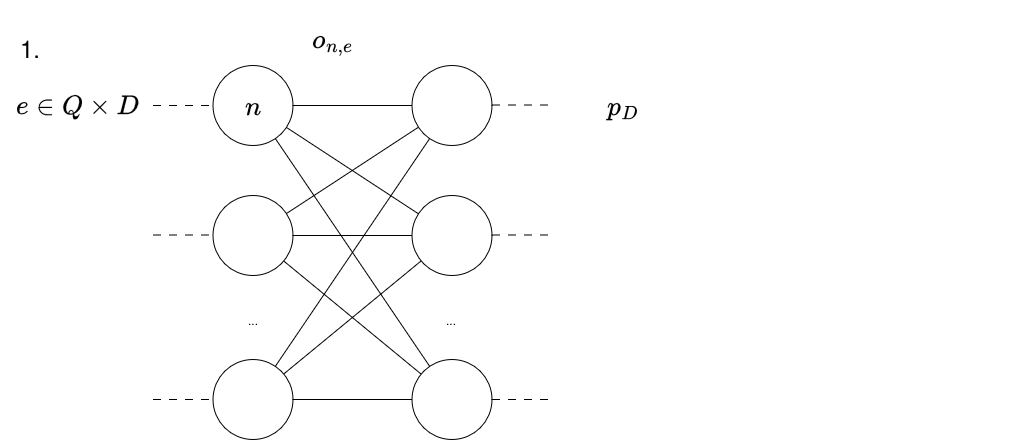
Above: seminaireCA/images/activationpatching/Step1_ActivationPatching.drawio.png in madelvallezpro/RAGRights (draw.io), before the change. Source tidied: cells renumbered, new cells last; positions are measured from the earlier drawing's top-left corner, leaving out a move shared by most shapes. Source of this version:
```xml
<mxGraphModel math="1">
  <root>
    <mxCell id="0" />
    <mxCell id="1" parent="0" />
    <mxCell id="2" style="rounded=0;whiteSpace=wrap;html=1;fillColor=none;strokeColor=none;" parent="1" vertex="1">
      <mxGeometry width="1030" height="435" as="geometry" />
    </mxCell>
    <mxCell id="3" style="ellipse;whiteSpace=wrap;html=1;" parent="1" vertex="1">
      <mxGeometry x="212.5" y="55" width="80" height="80" as="geometry" />
    </mxCell>
    <mxCell id="4" style="ellipse;whiteSpace=wrap;html=1;" parent="1" vertex="1">
      <mxGeometry x="212.5" y="185" width="80" height="80" as="geometry" />
    </mxCell>
    <mxCell id="5" style="ellipse;whiteSpace=wrap;html=1;" parent="1" vertex="1">
      <mxGeometry x="212.5" y="349" width="80" height="80" as="geometry" />
    </mxCell>
    <mxCell id="6" value="..." style="text;html=1;whiteSpace=wrap;strokeColor=none;fillColor=none;align=center;verticalAlign=middle;rounded=0;" parent="1" vertex="1">
      <mxGeometry x="222.5" y="295" width="60" height="30" as="geometry" />
    </mxCell>
    <mxCell id="7" style="ellipse;whiteSpace=wrap;html=1;" parent="1" vertex="1">
      <mxGeometry x="411.5" y="55" width="80" height="80" as="geometry" />
    </mxCell>
    <mxCell id="8" style="ellipse;whiteSpace=wrap;html=1;" parent="1" vertex="1">
      <mxGeometry x="411.5" y="185" width="80" height="80" as="geometry" />
    </mxCell>
    <mxCell id="9" style="ellipse;whiteSpace=wrap;html=1;" parent="1" vertex="1">
      <mxGeometry x="411.5" y="349" width="80" height="80" as="geometry" />
    </mxCell>
    <mxCell id="10" value="..." style="text;html=1;whiteSpace=wrap;strokeColor=none;fillColor=none;align=center;verticalAlign=middle;rounded=0;" parent="1" vertex="1">
      <mxGeometry x="421.5" y="295" width="60" height="30" as="geometry" />
    </mxCell>
    <mxCell id="11" style="endArrow=none;html=1;rounded=0;" parent="1" edge="1" source="3" target="7">
      <mxGeometry relative="1" as="geometry" />
    </mxCell>
    <mxCell id="12" style="endArrow=none;html=1;rounded=0;" parent="1" edge="1" source="8" target="3">
      <mxGeometry relative="1" as="geometry" />
    </mxCell>
    <mxCell id="13" style="endArrow=none;html=1;rounded=0;" parent="1" edge="1" source="9" target="3">
      <mxGeometry relative="1" as="geometry" />
    </mxCell>
    <mxCell id="14" style="endArrow=none;html=1;rounded=0;" parent="1" edge="1" source="7" target="4">
      <mxGeometry relative="1" as="geometry" />
    </mxCell>
    <mxCell id="15" style="endArrow=none;html=1;rounded=0;" parent="1" edge="1" source="4" target="8">
      <mxGeometry relative="1" as="geometry" />
    </mxCell>
    <mxCell id="16" style="endArrow=none;html=1;rounded=0;" parent="1" edge="1" source="4" target="9">
      <mxGeometry relative="1" as="geometry" />
    </mxCell>
    <mxCell id="17" style="endArrow=none;html=1;rounded=0;" parent="1" edge="1" source="5" target="7">
      <mxGeometry relative="1" as="geometry" />
    </mxCell>
    <mxCell id="18" style="endArrow=none;html=1;rounded=0;" parent="1" edge="1" source="5" target="8">
      <mxGeometry relative="1" as="geometry" />
    </mxCell>
    <mxCell id="19" style="endArrow=none;html=1;rounded=0;" parent="1" edge="1" source="5" target="9">
      <mxGeometry relative="1" as="geometry" />
    </mxCell>
    <mxCell id="20" style="endArrow=none;html=1;rounded=0;entryX=0;entryY=0.5;entryDx=0;entryDy=0;dashed=1;dashPattern=8 8;" parent="1" edge="1" target="3">
      <mxGeometry relative="1" as="geometry">
        <mxPoint x="152.5" y="95" as="sourcePoint" />
      </mxGeometry>
    </mxCell>
    <mxCell id="21" style="endArrow=none;html=1;rounded=0;entryX=0;entryY=0.5;entryDx=0;entryDy=0;dashed=1;dashPattern=8 8;" parent="1" edge="1">
      <mxGeometry relative="1" as="geometry">
        <mxPoint x="152.5" y="224.5" as="sourcePoint" />
        <mxPoint x="212.5" y="224.5" as="targetPoint" />
      </mxGeometry>
    </mxCell>
    <mxCell id="22" style="endArrow=none;html=1;rounded=0;entryX=0;entryY=0.5;entryDx=0;entryDy=0;dashed=1;dashPattern=8 8;" parent="1" edge="1">
      <mxGeometry relative="1" as="geometry">
        <mxPoint x="152.5" y="389" as="sourcePoint" />
        <mxPoint x="212.5" y="389" as="targetPoint" />
      </mxGeometry>
    </mxCell>
    <mxCell id="23" style="endArrow=none;html=1;rounded=0;entryX=0;entryY=0.5;entryDx=0;entryDy=0;dashed=1;dashPattern=8 8;" parent="1" edge="1">
      <mxGeometry relative="1" as="geometry">
        <mxPoint x="491.5" y="94.5" as="sourcePoint" />
        <mxPoint x="551.5" y="94.5" as="targetPoint" />
      </mxGeometry>
    </mxCell>
    <mxCell id="24" style="endArrow=none;html=1;rounded=0;entryX=0;entryY=0.5;entryDx=0;entryDy=0;dashed=1;dashPattern=8 8;" parent="1" edge="1">
      <mxGeometry relative="1" as="geometry">
        <mxPoint x="491.5" y="224.5" as="sourcePoint" />
        <mxPoint x="551.5" y="224.5" as="targetPoint" />
      </mxGeometry>
    </mxCell>
    <mxCell id="25" style="endArrow=none;html=1;rounded=0;entryX=0;entryY=0.5;entryDx=0;entryDy=0;dashed=1;dashPattern=8 8;" parent="1" edge="1">
      <mxGeometry relative="1" as="geometry">
        <mxPoint x="491.5" y="389" as="sourcePoint" />
        <mxPoint x="551.5" y="389" as="targetPoint" />
      </mxGeometry>
    </mxCell>
    <mxCell id="26" value="&lt;font style=&quot;font-size: 24px;&quot;&gt;$$e \in Q \times D$$&lt;/font&gt;" style="text;html=1;whiteSpace=wrap;strokeColor=none;fillColor=none;align=center;verticalAlign=middle;rounded=0;" parent="1" vertex="1">
      <mxGeometry x="17" y="80" width="120" height="30" as="geometry" />
    </mxCell>
    <mxCell id="27" value="&lt;div&gt;&lt;font style=&quot;font-size: 24px;&quot;&gt;$$o_{n,e}$$&lt;/font&gt;&lt;/div&gt;" style="text;html=1;whiteSpace=wrap;strokeColor=none;fillColor=none;align=center;verticalAlign=middle;rounded=0;" parent="1" vertex="1">
      <mxGeometry x="302.5" y="15" width="60" height="30" as="geometry" />
    </mxCell>
    <mxCell id="28" value="&lt;font style=&quot;font-size: 24px;&quot;&gt;$$p_D$$&lt;/font&gt;" style="text;html=1;whiteSpace=wrap;strokeColor=none;fillColor=none;align=center;verticalAlign=middle;rounded=0;" parent="1" vertex="1">
      <mxGeometry x="592.5" y="80" width="60" height="30" as="geometry" />
    </mxCell>
    <mxCell id="29" value="&lt;font style=&quot;font-size: 24px;&quot;&gt;$$n$$&lt;/font&gt;" style="text;html=1;whiteSpace=wrap;strokeColor=none;fillColor=none;align=center;verticalAlign=middle;rounded=0;" parent="1" vertex="1">
      <mxGeometry x="222.5" y="80" width="60" height="30" as="geometry" />
    </mxCell>
    <mxCell id="30" value="&lt;font style=&quot;font-size: 24px;&quot;&gt;1.&lt;/font&gt;" style="text;html=1;whiteSpace=wrap;strokeColor=none;fillColor=none;align=center;verticalAlign=middle;rounded=0;" parent="1" vertex="1">
      <mxGeometry y="23" width="60" height="30" as="geometry" />
    </mxCell>
  </root>
</mxGraphModel>
```
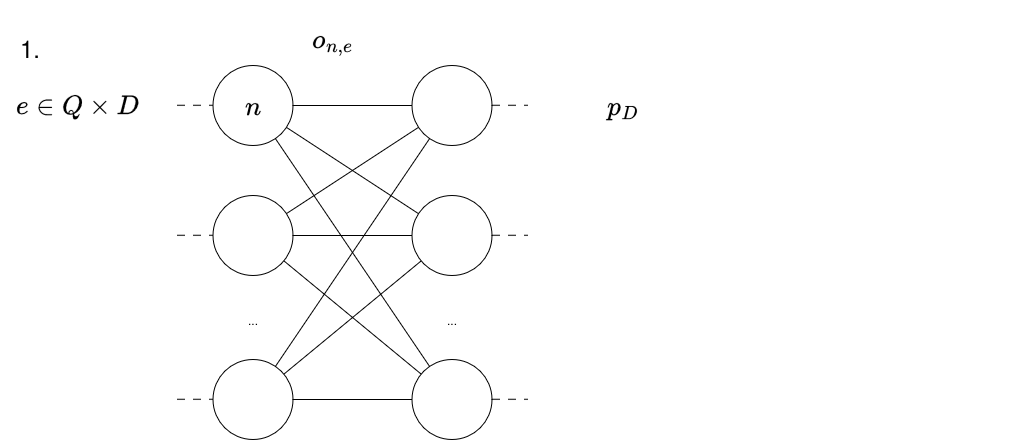
The same file after the commit.

What changed in the source:
```diff
@@ -56,55 +56,56 @@
     <mxCell id="19" style="endArrow=none;html=1;rounded=0;" parent="1" edge="1" source="5" target="9">
       <mxGeometry relative="1" as="geometry" />
     </mxCell>
-    <mxCell id="20" style="endArrow=none;html=1;rounded=0;entryX=0;entryY=0.5;entryDx=0;entryDy=0;dashed=1;dashPattern=8 8;" parent="1" edge="1" target="3">
-      <mxGeometry relative="1" as="geometry">
-        <mxPoint x="152.5" y="95" as="sourcePoint" />
-      </mxGeometry>
+    <mxCell id="20" value="&lt;font style=&quot;font-size: 24px;&quot;&gt;$$e \in Q \times D$$&lt;/font&gt;" style="text;html=1;whiteSpace=wrap;strokeColor=none;fillColor=none;align=center;verticalAlign=middle;rounded=0;" parent="1" vertex="1">
+      <mxGeometry x="17" y="80" width="120" height="30" as="geometry" />
     </mxCell>
-    <mxCell id="21" style="endArrow=none;html=1;rounded=0;entryX=0;entryY=0.5;entryDx=0;entryDy=0;dashed=1;dashPattern=8 8;" parent="1" edge="1">
-      <mxGeometry relative="1" as="geometry">
-        <mxPoint x="152.5" y="224.5" as="sourcePoint" />
-        <mxPoint x="212.5" y="224.5" as="targetPoint" />
-      </mxGeometry>
+    <mxCell id="21" value="&lt;div&gt;&lt;font style=&quot;font-size: 24px;&quot;&gt;$$o_{n,e}$$&lt;/font&gt;&lt;/div&gt;" style="text;html=1;whiteSpace=wrap;strokeColor=none;fillColor=none;align=center;verticalAlign=middle;rounded=0;" parent="1" vertex="1">
+      <mxGeometry x="302.5" y="15" width="60" height="30" as="geometry" />
     </mxCell>
-    <mxCell id="22" style="endArrow=none;html=1;rounded=0;entryX=0;entryY=0.5;entryDx=0;entryDy=0;dashed=1;dashPattern=8 8;" parent="1" edge="1">
-      <mxGeometry relative="1" as="geometry">
-        <mxPoint x="152.5" y="389" as="sourcePoint" />
-        <mxPoint x="212.5" y="389" as="targetPoint" />
-      </mxGeometry>
+    <mxCell id="22" value="&lt;font style=&quot;font-size: 24px;&quot;&gt;$$p_D$$&lt;/font&gt;" style="text;html=1;whiteSpace=wrap;strokeColor=none;fillColor=none;align=center;verticalAlign=middle;rounded=0;" parent="1" vertex="1">
+      <mxGeometry x="592.5" y="80" width="60" height="30" as="geometry" />
     </mxCell>
-    <mxCell id="23" style="endArrow=none;html=1;rounded=0;entryX=0;entryY=0.5;entryDx=0;entryDy=0;dashed=1;dashPattern=8 8;" parent="1" edge="1">
-      <mxGeometry relative="1" as="geometry">
-        <mxPoint x="491.5" y="94.5" as="sourcePoint" />
-        <mxPoint x="551.5" y="94.5" as="targetPoint" />
-      </mxGeometry>
+    <mxCell id="23" value="&lt;font style=&quot;font-size: 24px;&quot;&gt;$$n$$&lt;/font&gt;" style="text;html=1;whiteSpace=wrap;strokeColor=none;fillColor=none;align=center;verticalAlign=middle;rounded=0;" parent="1" vertex="1">
+      <mxGeometry x="222.5" y="80" width="60" height="30" as="geometry" />
     </mxCell>
-    <mxCell id="24" style="endArrow=none;html=1;rounded=0;entryX=0;entryY=0.5;entryDx=0;entryDy=0;dashed=1;dashPattern=8 8;" parent="1" edge="1">
-      <mxGeometry relative="1" as="geometry">
-        <mxPoint x="491.5" y="224.5" as="sourcePoint" />
-        <mxPoint x="551.5" y="224.5" as="targetPoint" />
-      </mxGeometry>
+    <mxCell id="24" value="&lt;font style=&quot;font-size: 24px;&quot;&gt;1.&lt;/font&gt;" style="text;html=1;whiteSpace=wrap;strokeColor=none;fillColor=none;align=center;verticalAlign=middle;rounded=0;" parent="1" vertex="1">
+      <mxGeometry y="23" width="60" height="30" as="geometry" />
     </mxCell>
     <mxCell id="25" style="endArrow=none;html=1;rounded=0;entryX=0;entryY=0.5;entryDx=0;entryDy=0;dashed=1;dashPattern=8 8;" parent="1" edge="1">
       <mxGeometry relative="1" as="geometry">
-        <mxPoint x="491.5" y="389" as="sourcePoint" />
-        <mxPoint x="551.5" y="389" as="targetPoint" />
+        <mxPoint x="176.5" y="94.8" as="sourcePoint" />
+        <mxPoint x="212.5" y="94.8" as="targetPoint" />
       </mxGeometry>
     </mxCell>
-    <mxCell id="26" value="&lt;font style=&quot;font-size: 24px;&quot;&gt;$$e \in Q \times D$$&lt;/font&gt;" style="text;html=1;whiteSpace=wrap;strokeColor=none;fillColor=none;align=center;verticalAlign=middle;rounded=0;" parent="1" vertex="1">
-      <mxGeometry x="17" y="80" width="120" height="30" as="geometry" />
+    <mxCell id="26" style="endArrow=none;html=1;rounded=0;entryX=0;entryY=0.5;entryDx=0;entryDy=0;dashed=1;dashPattern=8 8;" parent="1" edge="1">
+      <mxGeometry relative="1" as="geometry">
+        <mxPoint x="176.5" y="224.8" as="sourcePoint" />
+        <mxPoint x="212.5" y="224.8" as="targetPoint" />
+      </mxGeometry>
     </mxCell>
-    <mxCell id="27" value="&lt;div&gt;&lt;font style=&quot;font-size: 24px;&quot;&gt;$$o_{n,e}$$&lt;/font&gt;&lt;/div&gt;" style="text;html=1;whiteSpace=wrap;strokeColor=none;fillColor=none;align=center;verticalAlign=middle;rounded=0;" parent="1" vertex="1">
-      <mxGeometry x="302.5" y="15" width="60" height="30" as="geometry" />
+    <mxCell id="27" style="endArrow=none;html=1;rounded=0;entryX=0;entryY=0.5;entryDx=0;entryDy=0;dashed=1;dashPattern=8 8;" parent="1" edge="1">
+      <mxGeometry relative="1" as="geometry">
+        <mxPoint x="176.5" y="388.8" as="sourcePoint" />
+        <mxPoint x="212.5" y="388.8" as="targetPoint" />
+      </mxGeometry>
     </mxCell>
-    <mxCell id="28" value="&lt;font style=&quot;font-size: 24px;&quot;&gt;$$p_D$$&lt;/font&gt;" style="text;html=1;whiteSpace=wrap;strokeColor=none;fillColor=none;align=center;verticalAlign=middle;rounded=0;" parent="1" vertex="1">
-      <mxGeometry x="592.5" y="80" width="60" height="30" as="geometry" />
+    <mxCell id="28" style="endArrow=none;html=1;rounded=0;entryX=0;entryY=0.5;entryDx=0;entryDy=0;dashed=1;dashPattern=8 8;" parent="1" edge="1">
+      <mxGeometry relative="1" as="geometry">
+        <mxPoint x="491.5" y="388.8" as="sourcePoint" />
+        <mxPoint x="527.5" y="388.8" as="targetPoint" />
+      </mxGeometry>
     </mxCell>
-    <mxCell id="29" value="&lt;font style=&quot;font-size: 24px;&quot;&gt;$$n$$&lt;/font&gt;" style="text;html=1;whiteSpace=wrap;strokeColor=none;fillColor=none;align=center;verticalAlign=middle;rounded=0;" parent="1" vertex="1">
-      <mxGeometry x="222.5" y="80" width="60" height="30" as="geometry" />
+    <mxCell id="29" style="endArrow=none;html=1;rounded=0;entryX=0;entryY=0.5;entryDx=0;entryDy=0;dashed=1;dashPattern=8 8;" parent="1" edge="1">
+      <mxGeometry relative="1" as="geometry">
+        <mxPoint x="491.5" y="224.8" as="sourcePoint" />
+        <mxPoint x="527.5" y="224.8" as="targetPoint" />
+      </mxGeometry>
     </mxCell>
-    <mxCell id="30" value="&lt;font style=&quot;font-size: 24px;&quot;&gt;1.&lt;/font&gt;" style="text;html=1;whiteSpace=wrap;strokeColor=none;fillColor=none;align=center;verticalAlign=middle;rounded=0;" parent="1" vertex="1">
-      <mxGeometry y="23" width="60" height="30" as="geometry" />
+    <mxCell id="30" style="endArrow=none;html=1;rounded=0;entryX=0;entryY=0.5;entryDx=0;entryDy=0;dashed=1;dashPattern=8 8;" parent="1" edge="1">
+      <mxGeometry relative="1" as="geometry">
+        <mxPoint x="491.5" y="94.8" as="sourcePoint" />
+        <mxPoint x="527.5" y="94.8" as="targetPoint" />
+      </mxGeometry>
     </mxCell>
   </root>
 </mxGraphModel>
```
